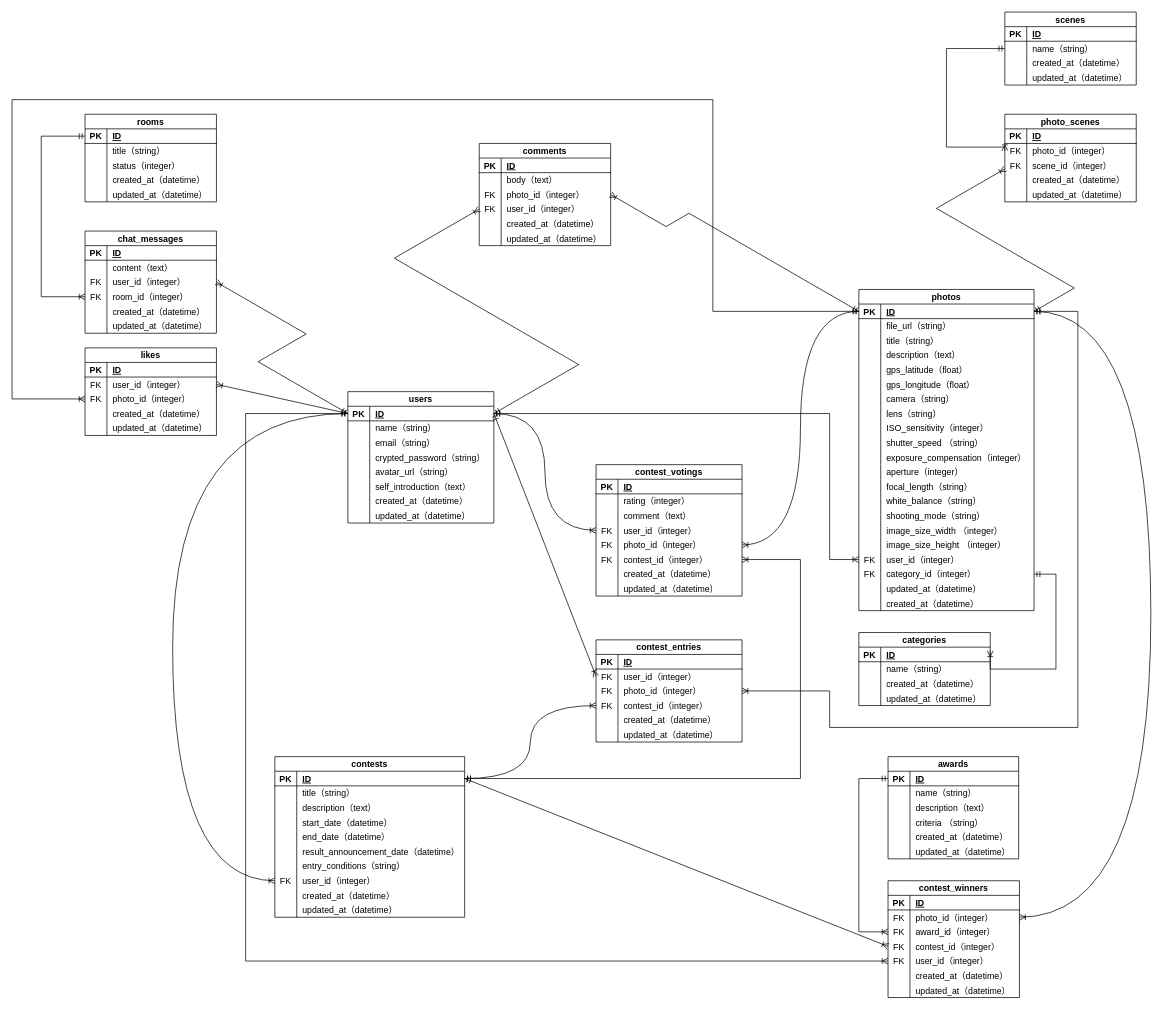
Above: PhotoSpace.drawio in kyohei328/photoreco (draw.io), before the change. Source tidied: cells renumbered, new cells numbered last; positions are measured from the earlier drawing's top-left corner, leaving out a move shared by most shapes. Both pictures are drawn from the tidied source at 73%, with x=0, y=0 at pixel (12, 12).
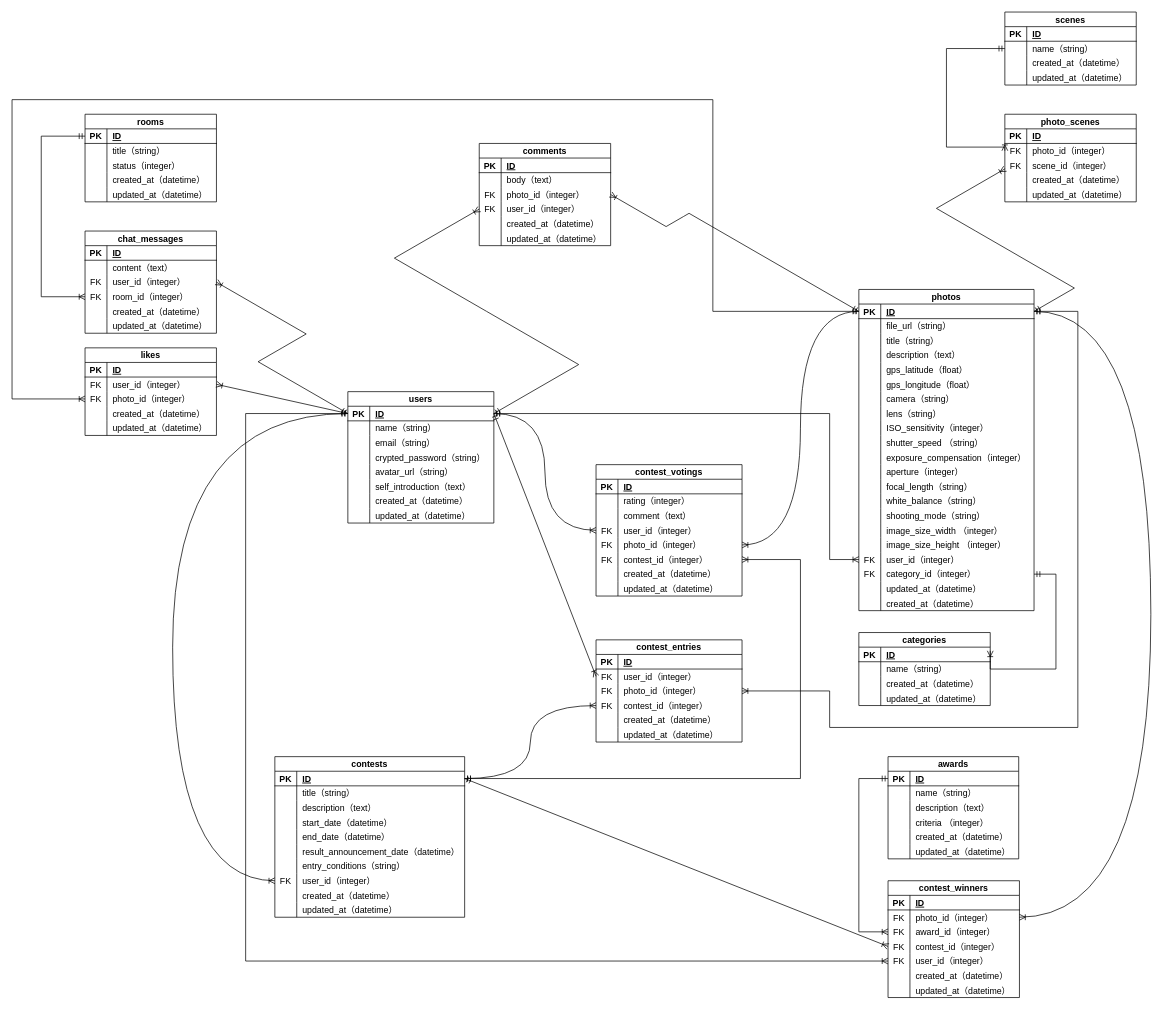
The same diagram, later.

Commit message:
fix:add_send_date

Unchanged cells that the change refers to:
```xml
<mxCell id="268" style="shape=tableRow;horizontal=0;startSize=0;swimlaneHead=0;swimlaneBody=0;fillColor=none;top=0;left=0;right=0;bottom=0;rounded=0;" parent="258" vertex="1">
  <mxGeometry y="80" width="179" height="20" as="geometry" />
</mxCell>
```

Change to the diagram source:
```diff
@@
-    <mxCell id="270" value="criteria （string）" style="shape=partialRectangle;fillColor=none;top=0;left=0;bottom=0;right=0;align=left;spacingLeft=6;overflow=hidden;rounded=0;" parent="268" vertex="1">
+    <mxCell id="270" value="criteria （integer）" style="shape=partialRectangle;fillColor=none;top=0;left=0;bottom=0;right=0;align=left;spacingLeft=6;overflow=hidden;rounded=0;" parent="268" vertex="1">
       <mxGeometry x="30" width="149" height="20" as="geometry" />
     </mxCell>
```
